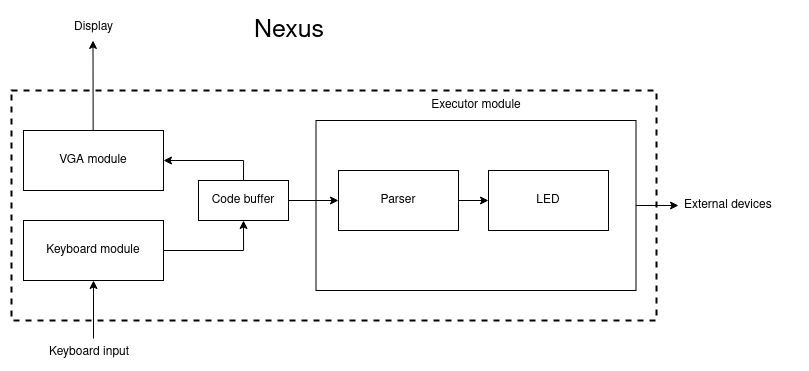
This is Nexus.png from erazemk/nexus, a draw.io export, as it was before one commit. Source tidied: cells renumbered, new cells last; positions are measured from the earlier drawing's top-left corner, leaving out a move shared by most shapes. Source of this version:
```xml
<mxGraphModel>
  <root>
    <mxCell id="0" />
    <mxCell id="1" parent="0" />
    <mxCell id="2" style="edgeStyle=orthogonalEdgeStyle;rounded=0;jettySize=auto;html=1;exitX=1;exitY=0.5;exitDx=0;exitDy=0;entryX=0;entryY=0.5;entryDx=0;entryDy=0;" parent="1" edge="1" source="3" target="15">
      <mxGeometry relative="1" as="geometry" />
    </mxCell>
    <mxCell id="3" style="rounded=0;whiteSpace=wrap;html=1;" parent="1" vertex="1">
      <mxGeometry x="304.5" y="110" width="320" height="170" as="geometry" />
    </mxCell>
    <mxCell id="4" style="edgeStyle=orthogonalEdgeStyle;rounded=0;jettySize=auto;html=1;exitX=1;exitY=0.5;exitDx=0;exitDy=0;entryX=0.5;entryY=1;entryDx=0;entryDy=0;fontSize=12;" parent="1" edge="1" source="5" target="18">
      <mxGeometry relative="1" as="geometry" />
    </mxCell>
    <mxCell id="5" value="Keyboard module" style="rounded=0;whiteSpace=wrap;html=1;" parent="1" vertex="1">
      <mxGeometry x="12" y="210" width="140" height="60" as="geometry" />
    </mxCell>
    <mxCell id="6" value="VGA module" style="rounded=0;whiteSpace=wrap;html=1;" parent="1" vertex="1">
      <mxGeometry x="12" y="120" width="140" height="60" as="geometry" />
    </mxCell>
    <mxCell id="7" value="LED" style="rounded=0;whiteSpace=wrap;html=1;" parent="1" vertex="1">
      <mxGeometry x="477" y="160" width="120" height="60" as="geometry" />
    </mxCell>
    <mxCell id="8" value="Executor module" style="text;html=1;strokeColor=none;fillColor=none;align=center;verticalAlign=middle;whiteSpace=wrap;rounded=0;" parent="1" vertex="1">
      <mxGeometry x="414.5" y="80" width="100" height="30" as="geometry" />
    </mxCell>
    <mxCell id="9" style="edgeStyle=orthogonalEdgeStyle;rounded=0;jettySize=auto;html=1;exitX=1;exitY=0.5;exitDx=0;exitDy=0;entryX=0;entryY=0.5;entryDx=0;entryDy=0;" parent="1" edge="1" source="10" target="7">
      <mxGeometry relative="1" as="geometry" />
    </mxCell>
    <mxCell id="10" value="Parser" style="rounded=0;whiteSpace=wrap;html=1;" parent="1" vertex="1">
      <mxGeometry x="327" y="160" width="120" height="60" as="geometry" />
    </mxCell>
    <mxCell id="11" value="Nexus" style="text;strokeColor=none;fillColor=none;align=left;verticalAlign=middle;spacingLeft=4;spacingRight=4;overflow=hidden;dashed=1;fontSize=25;" parent="1" vertex="1">
      <mxGeometry x="237" width="120" height="30" as="geometry" />
    </mxCell>
    <mxCell id="12" value="Keyboard input" style="text;strokeColor=none;fillColor=none;align=left;verticalAlign=middle;spacingLeft=4;spacingRight=4;overflow=hidden;points=[[0,0.5],[1,0.5]];portConstraint=eastwest;dashed=1;fontSize=12;" parent="1" vertex="1">
      <mxGeometry x="32" y="330" width="100" height="20" as="geometry" />
    </mxCell>
    <mxCell id="13" style="endArrow=classic;html=1;rounded=0;fontSize=12;exitX=0.137;exitY=0.129;exitDx=0;exitDy=0;exitPerimeter=0;" parent="1" edge="1">
      <mxGeometry relative="1" as="geometry">
        <mxPoint x="81.7" y="120" as="sourcePoint" />
        <mxPoint x="81.5" y="30" as="targetPoint" />
      </mxGeometry>
    </mxCell>
    <mxCell id="14" value="Display" style="text;strokeColor=none;fillColor=none;align=left;verticalAlign=middle;spacingLeft=4;spacingRight=4;overflow=hidden;dashed=1;fontSize=12;" parent="1" vertex="1">
      <mxGeometry x="57" width="80" height="30" as="geometry" />
    </mxCell>
    <mxCell id="15" value="External devices&#10;" style="text;strokeColor=none;fillColor=none;align=left;verticalAlign=middle;spacingLeft=4;spacingRight=4;overflow=hidden;points=[[0,0.5],[1,0.5]];portConstraint=eastwest;dashed=1;fontSize=12;" parent="1" vertex="1">
      <mxGeometry x="667" y="185" width="120" height="20" as="geometry" />
    </mxCell>
    <mxCell id="16" style="edgeStyle=orthogonalEdgeStyle;rounded=0;jettySize=auto;html=1;exitX=0.5;exitY=0;exitDx=0;exitDy=0;entryX=1;entryY=0.5;entryDx=0;entryDy=0;fontSize=12;" parent="1" edge="1" source="18" target="6">
      <mxGeometry relative="1" as="geometry" />
    </mxCell>
    <mxCell id="17" style="edgeStyle=orthogonalEdgeStyle;rounded=0;jettySize=auto;html=1;exitX=1;exitY=0.5;exitDx=0;exitDy=0;fontSize=12;entryX=0;entryY=0.5;entryDx=0;entryDy=0;" parent="1" edge="1" source="18" target="10">
      <mxGeometry relative="1" as="geometry" />
    </mxCell>
    <mxCell id="18" value="Code buffer" style="rounded=0;whiteSpace=wrap;html=1;fontSize=12;strokeWidth=1;fillColor=none;" parent="1" vertex="1">
      <mxGeometry x="187" y="170" width="90" height="40" as="geometry" />
    </mxCell>
    <mxCell id="19" style="rounded=0;whiteSpace=wrap;html=1;fontSize=12;strokeWidth=2;fillColor=none;dashed=1;" parent="1" vertex="1">
      <mxGeometry y="80" width="645" height="230" as="geometry" />
    </mxCell>
    <mxCell id="20" style="endArrow=classic;html=1;rounded=0;entryX=0.5;entryY=1;entryDx=0;entryDy=0;exitX=0.5;exitY=-0.1;exitDx=0;exitDy=0;exitPerimeter=0;" parent="1" edge="1" source="12" target="5">
      <mxGeometry relative="1" as="geometry" />
    </mxCell>
  </root>
</mxGraphModel>
```
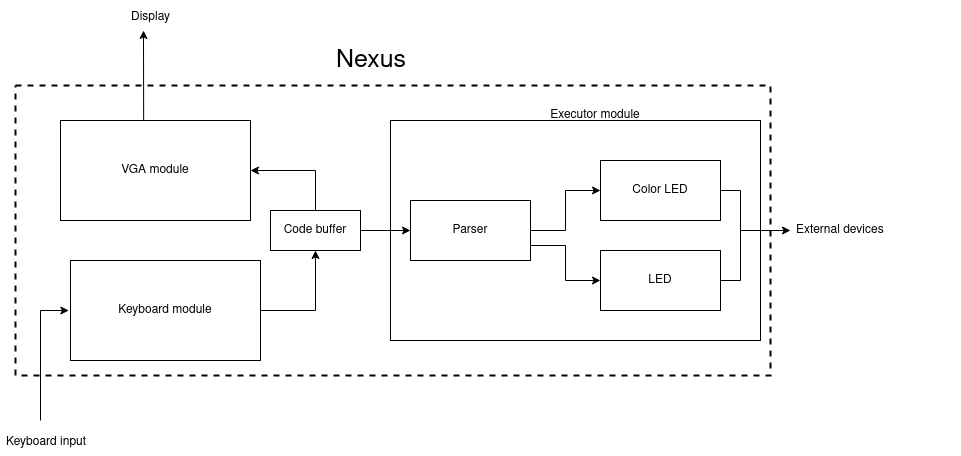
The same file after the commit.

The edit, as a diff of the source:
```diff
@@ -2,50 +2,68 @@
   <root>
     <mxCell id="0" />
     <mxCell id="1" parent="0" />
-    <mxCell id="2" style="edgeStyle=orthogonalEdgeStyle;rounded=0;jettySize=auto;html=1;exitX=1;exitY=0.5;exitDx=0;exitDy=0;entryX=0;entryY=0.5;entryDx=0;entryDy=0;" parent="1" edge="1" source="3" target="15">
-      <mxGeometry relative="1" as="geometry" />
-    </mxCell>
     <mxCell id="3" style="rounded=0;whiteSpace=wrap;html=1;" parent="1" vertex="1">
-      <mxGeometry x="304.5" y="110" width="320" height="170" as="geometry" />
+      <mxGeometry x="360" y="80" width="370" height="220" as="geometry" />
     </mxCell>
     <mxCell id="4" style="edgeStyle=orthogonalEdgeStyle;rounded=0;jettySize=auto;html=1;exitX=1;exitY=0.5;exitDx=0;exitDy=0;entryX=0.5;entryY=1;entryDx=0;entryDy=0;fontSize=12;" parent="1" edge="1" source="5" target="18">
       <mxGeometry relative="1" as="geometry" />
     </mxCell>
     <mxCell id="5" value="Keyboard module" style="rounded=0;whiteSpace=wrap;html=1;" parent="1" vertex="1">
-      <mxGeometry x="12" y="210" width="140" height="60" as="geometry" />
+      <mxGeometry x="40" y="220" width="190" height="100" as="geometry" />
     </mxCell>
     <mxCell id="6" value="VGA module" style="rounded=0;whiteSpace=wrap;html=1;" parent="1" vertex="1">
-      <mxGeometry x="12" y="120" width="140" height="60" as="geometry" />
+      <mxGeometry x="30" y="80" width="190" height="100" as="geometry" />
     </mxCell>
     <mxCell id="7" value="LED" style="rounded=0;whiteSpace=wrap;html=1;" parent="1" vertex="1">
-      <mxGeometry x="477" y="160" width="120" height="60" as="geometry" />
+      <mxGeometry x="570" y="210" width="120" height="60" as="geometry" />
     </mxCell>
     <mxCell id="8" value="Executor module" style="text;html=1;strokeColor=none;fillColor=none;align=center;verticalAlign=middle;whiteSpace=wrap;rounded=0;" parent="1" vertex="1">
-      <mxGeometry x="414.5" y="80" width="100" height="30" as="geometry" />
+      <mxGeometry x="515" y="60" width="100" height="30" as="geometry" />
     </mxCell>
-    <mxCell id="9" style="edgeStyle=orthogonalEdgeStyle;rounded=0;jettySize=auto;html=1;exitX=1;exitY=0.5;exitDx=0;exitDy=0;entryX=0;entryY=0.5;entryDx=0;entryDy=0;" parent="1" edge="1" source="10" target="7">
+    <mxCell id="9" style="edgeStyle=orthogonalEdgeStyle;rounded=0;jettySize=auto;html=1;exitX=1;exitY=0.75;exitDx=0;exitDy=0;entryX=0;entryY=0.5;entryDx=0;entryDy=0;" parent="1" edge="1" source="10" target="7">
       <mxGeometry relative="1" as="geometry" />
     </mxCell>
+    <mxCell id="21" style="edgeStyle=orthogonalEdgeStyle;rounded=0;jettySize=auto;html=1;exitX=1;exitY=0.5;exitDx=0;exitDy=0;entryX=0;entryY=0.5;entryDx=0;entryDy=0;" parent="1" edge="1" source="10" target="22">
+      <mxGeometry relative="1" as="geometry" />
+    </mxCell>
     <mxCell id="10" value="Parser" style="rounded=0;whiteSpace=wrap;html=1;" parent="1" vertex="1">
-      <mxGeometry x="327" y="160" width="120" height="60" as="geometry" />
+      <mxGeometry x="380" y="160" width="120" height="60" as="geometry" />
     </mxCell>
+    <mxCell id="22" value="Color LED" style="rounded=0;whiteSpace=wrap;html=1;" parent="1" vertex="1">
+      <mxGeometry x="570" y="120" width="120" height="60" as="geometry" />
+    </mxCell>
     <mxCell id="11" value="Nexus" style="text;strokeColor=none;fillColor=none;align=left;verticalAlign=middle;spacingLeft=4;spacingRight=4;overflow=hidden;dashed=1;fontSize=25;" parent="1" vertex="1">
-      <mxGeometry x="237" width="120" height="30" as="geometry" />
+      <mxGeometry x="300" width="120" height="30" as="geometry" />
     </mxCell>
+    <mxCell id="23" style="endArrow=classic;html=1;rounded=0;fontSize=25;entryX=0.027;entryY=0.742;entryDx=0;entryDy=0;entryPerimeter=0;" parent="1" edge="1">
+      <mxGeometry relative="1" as="geometry">
+        <mxPoint x="10" y="380" as="sourcePoint" />
+        <mxPoint x="38.4" y="270" as="targetPoint" />
+        <Array as="points">
+          <mxPoint x="10" y="270" />
+        </Array>
+      </mxGeometry>
+    </mxCell>
     <mxCell id="12" value="Keyboard input" style="text;strokeColor=none;fillColor=none;align=left;verticalAlign=middle;spacingLeft=4;spacingRight=4;overflow=hidden;points=[[0,0.5],[1,0.5]];portConstraint=eastwest;dashed=1;fontSize=12;" parent="1" vertex="1">
-      <mxGeometry x="32" y="330" width="100" height="20" as="geometry" />
+      <mxGeometry x="-30" y="385" width="100" height="30" as="geometry" />
     </mxCell>
     <mxCell id="13" style="endArrow=classic;html=1;rounded=0;fontSize=12;exitX=0.137;exitY=0.129;exitDx=0;exitDy=0;exitPerimeter=0;" parent="1" edge="1">
       <mxGeometry relative="1" as="geometry">
-        <mxPoint x="81.7" y="120" as="sourcePoint" />
-        <mxPoint x="81.5" y="30" as="targetPoint" />
+        <mxPoint x="113.2" y="80" as="sourcePoint" />
+        <mxPoint x="113" y="-10" as="targetPoint" />
       </mxGeometry>
     </mxCell>
     <mxCell id="14" value="Display" style="text;strokeColor=none;fillColor=none;align=left;verticalAlign=middle;spacingLeft=4;spacingRight=4;overflow=hidden;dashed=1;fontSize=12;" parent="1" vertex="1">
-      <mxGeometry x="57" width="80" height="30" as="geometry" />
+      <mxGeometry x="95" y="-40" width="80" height="30" as="geometry" />
     </mxCell>
+    <mxCell id="24" style="endArrow=classic;html=1;rounded=0;fontSize=12;exitX=0.985;exitY=0.484;exitDx=0;exitDy=0;exitPerimeter=0;" parent="1" edge="1">
+      <mxGeometry relative="1" as="geometry">
+        <mxPoint x="729.8" y="190" as="sourcePoint" />
+        <mxPoint x="760" y="190" as="targetPoint" />
+      </mxGeometry>
+    </mxCell>
     <mxCell id="15" value="External devices&#10;" style="text;strokeColor=none;fillColor=none;align=left;verticalAlign=middle;spacingLeft=4;spacingRight=4;overflow=hidden;points=[[0,0.5],[1,0.5]];portConstraint=eastwest;dashed=1;fontSize=12;" parent="1" vertex="1">
-      <mxGeometry x="667" y="185" width="120" height="20" as="geometry" />
+      <mxGeometry x="760" y="170" width="170" height="50" as="geometry" />
     </mxCell>
     <mxCell id="16" style="edgeStyle=orthogonalEdgeStyle;rounded=0;jettySize=auto;html=1;exitX=0.5;exitY=0;exitDx=0;exitDy=0;entryX=1;entryY=0.5;entryDx=0;entryDy=0;fontSize=12;" parent="1" edge="1" source="18" target="6">
       <mxGeometry relative="1" as="geometry" />
@@ -54,13 +72,26 @@
       <mxGeometry relative="1" as="geometry" />
     </mxCell>
     <mxCell id="18" value="Code buffer" style="rounded=0;whiteSpace=wrap;html=1;fontSize=12;strokeWidth=1;fillColor=none;" parent="1" vertex="1">
-      <mxGeometry x="187" y="170" width="90" height="40" as="geometry" />
+      <mxGeometry x="240" y="170" width="90" height="40" as="geometry" />
     </mxCell>
     <mxCell id="19" style="rounded=0;whiteSpace=wrap;html=1;fontSize=12;strokeWidth=2;fillColor=none;dashed=1;" parent="1" vertex="1">
-      <mxGeometry y="80" width="645" height="230" as="geometry" />
+      <mxGeometry x="-15" y="45" width="755" height="290" as="geometry" />
     </mxCell>
-    <mxCell id="20" style="endArrow=classic;html=1;rounded=0;entryX=0.5;entryY=1;entryDx=0;entryDy=0;exitX=0.5;exitY=-0.1;exitDx=0;exitDy=0;exitPerimeter=0;" parent="1" edge="1" source="12" target="5">
-      <mxGeometry relative="1" as="geometry" />
-    </mxCell>
+    <mxCell id="25" style="endArrow=none;html=1;rounded=0;exitX=1;exitY=0.5;exitDx=0;exitDy=0;entryX=1;entryY=0.5;entryDx=0;entryDy=0;" parent="1" edge="1" source="7" target="3">
+      <mxGeometry relative="1" as="geometry">
+        <Array as="points">
+          <mxPoint x="710" y="240" />
+          <mxPoint x="710" y="190" />
+        </Array>
+      </mxGeometry>
+    </mxCell>
+    <mxCell id="26" style="endArrow=none;html=1;rounded=0;entryX=1;entryY=0.5;entryDx=0;entryDy=0;" parent="1" edge="1" target="22">
+      <mxGeometry relative="1" as="geometry">
+        <mxPoint x="710" y="190" as="sourcePoint" />
+        <Array as="points">
+          <mxPoint x="710" y="150" />
+        </Array>
+      </mxGeometry>
+    </mxCell>
   </root>
 </mxGraphModel>
```
